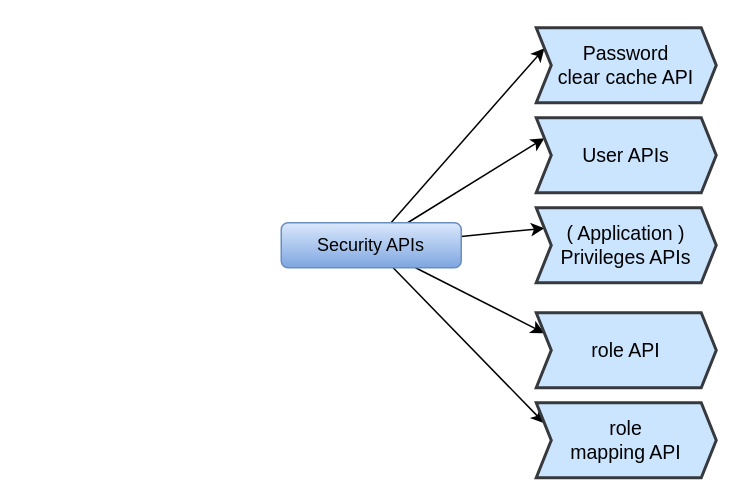
Earlier version of the draw.io diagram page "Securiry APIs" (3 of 4) of My Articles/elastic stack/ES REST APIs.drawio (paramothers/books). Source tidied: cells renumbered, new cells numbered last; positions are measured from the earlier drawing's top-left corner, leaving out a move shared by most shapes. Both pictures are drawn from the tidied source at 150%, with x=0, y=0 at pixel (280, 27).
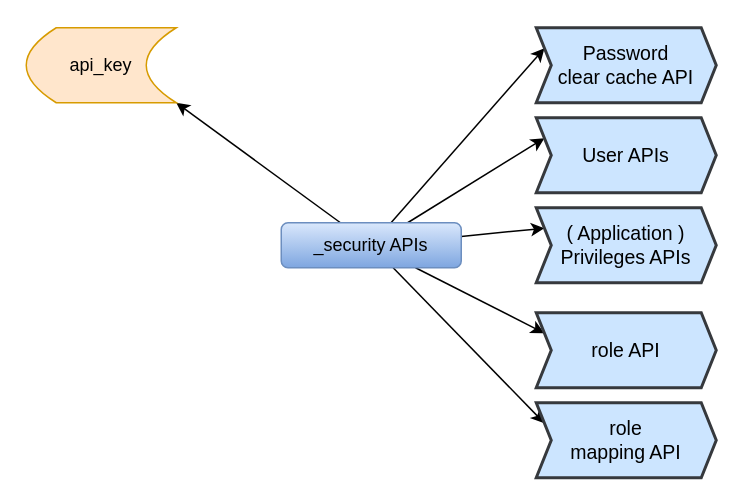
Above is the later version.

The edit, as a diff of the source:
```diff
@@
 <mxGraphModel>
   <root>
     <mxCell id="0" />
     <mxCell id="1" parent="0" />
     <mxCell id="2" style="rounded=0;jettySize=auto;html=1;entryX=0;entryY=0.25;entryDx=0;entryDy=0;fontSize=13;fontColor=#262626;" parent="1" edge="1" source="7" target="8">
       <mxGeometry relative="1" as="geometry" />
     </mxCell>
     <mxCell id="3" style="edgeStyle=none;rounded=0;jettySize=auto;html=1;entryX=0;entryY=0.25;entryDx=0;entryDy=0;fontSize=13;fontColor=#262626;" parent="1" edge="1" source="7" target="9">
       <mxGeometry relative="1" as="geometry" />
     </mxCell>
     <mxCell id="4" style="edgeStyle=none;rounded=0;jettySize=auto;html=1;entryX=0;entryY=0.25;entryDx=0;entryDy=0;fontSize=13;fontColor=#262626;" parent="1" edge="1" source="7" target="10">
       <mxGeometry relative="1" as="geometry" />
     </mxCell>
     <mxCell id="5" style="edgeStyle=none;rounded=0;jettySize=auto;html=1;entryX=0;entryY=0.25;entryDx=0;entryDy=0;fontSize=13;fontColor=#262626;" parent="1" edge="1" source="7" target="11">
       <mxGeometry relative="1" as="geometry" />
     </mxCell>
     <mxCell id="6" style="edgeStyle=none;rounded=0;jettySize=auto;html=1;entryX=0;entryY=0.25;entryDx=0;entryDy=0;fontSize=13;fontColor=#262626;" parent="1" edge="1" source="7" target="12">
       <mxGeometry relative="1" as="geometry" />
     </mxCell>
+    <mxCell id="13" style="edgeStyle=none;rounded=0;jettySize=auto;html=1;entryX=1;entryY=1;entryDx=0;entryDy=0;" parent="1" edge="1" source="7" target="14">
+      <mxGeometry relative="1" as="geometry" />
+    </mxCell>
-    <mxCell id="7" value="Security APIs" style="rounded=1;whiteSpace=wrap;html=1;fillColor=#dae8fc;strokeColor=#6c8ebf;gradientColor=#7ea6e0;" parent="1" vertex="1">
+    <mxCell id="7" value="_security APIs" style="rounded=1;whiteSpace=wrap;html=1;fillColor=#dae8fc;strokeColor=#6c8ebf;gradientColor=#7ea6e0;" parent="1" vertex="1">
       <mxGeometry y="130" width="120" height="30" as="geometry" />
     </mxCell>
     <mxCell id="8" value="Password &lt;br&gt;clear cache API" style="shape=step;perimeter=stepPerimeter;whiteSpace=wrap;html=1;fixedSize=1;strokeColor=#36393d;strokeWidth=2;fontSize=13;align=center;size=10;fillColor=#cce5ff;" parent="1" vertex="1">
       <mxGeometry x="170" width="120" height="50" as="geometry" />
     </mxCell>
     <mxCell id="9" value="User APIs" style="shape=step;perimeter=stepPerimeter;whiteSpace=wrap;html=1;fixedSize=1;strokeColor=#36393d;strokeWidth=2;fontSize=13;align=center;size=10;fillColor=#cce5ff;" parent="1" vertex="1">
       <mxGeometry x="170" y="60" width="120" height="50" as="geometry" />
     </mxCell>
     <mxCell id="10" value="( Application )&lt;br&gt;Privileges APIs" style="shape=step;perimeter=stepPerimeter;whiteSpace=wrap;html=1;fixedSize=1;strokeColor=#36393d;strokeWidth=2;fontSize=13;align=center;size=10;fillColor=#cce5ff;" parent="1" vertex="1">
       <mxGeometry x="170" y="120" width="120" height="50" as="geometry" />
     </mxCell>
     <mxCell id="11" value="role API" style="shape=step;perimeter=stepPerimeter;whiteSpace=wrap;html=1;fixedSize=1;strokeColor=#36393d;strokeWidth=2;fontSize=13;align=center;size=10;fillColor=#cce5ff;" parent="1" vertex="1">
       <mxGeometry x="170" y="190" width="120" height="50" as="geometry" />
     </mxCell>
     <mxCell id="12" value="role &lt;br&gt;mapping API" style="shape=step;perimeter=stepPerimeter;whiteSpace=wrap;html=1;fixedSize=1;strokeColor=#36393d;strokeWidth=2;fontSize=13;align=center;size=10;fillColor=#cce5ff;" parent="1" vertex="1">
       <mxGeometry x="170" y="250" width="120" height="50" as="geometry" />
     </mxCell>
+    <mxCell id="14" value="api_key" style="shape=dataStorage;whiteSpace=wrap;html=1;fixedSize=1;fillColor=#ffe6cc;strokeColor=#d79b00;" parent="1" vertex="1">
+      <mxGeometry x="-170" width="100" height="50" as="geometry" />
+    </mxCell>
   </root>
 </mxGraphModel>
```
